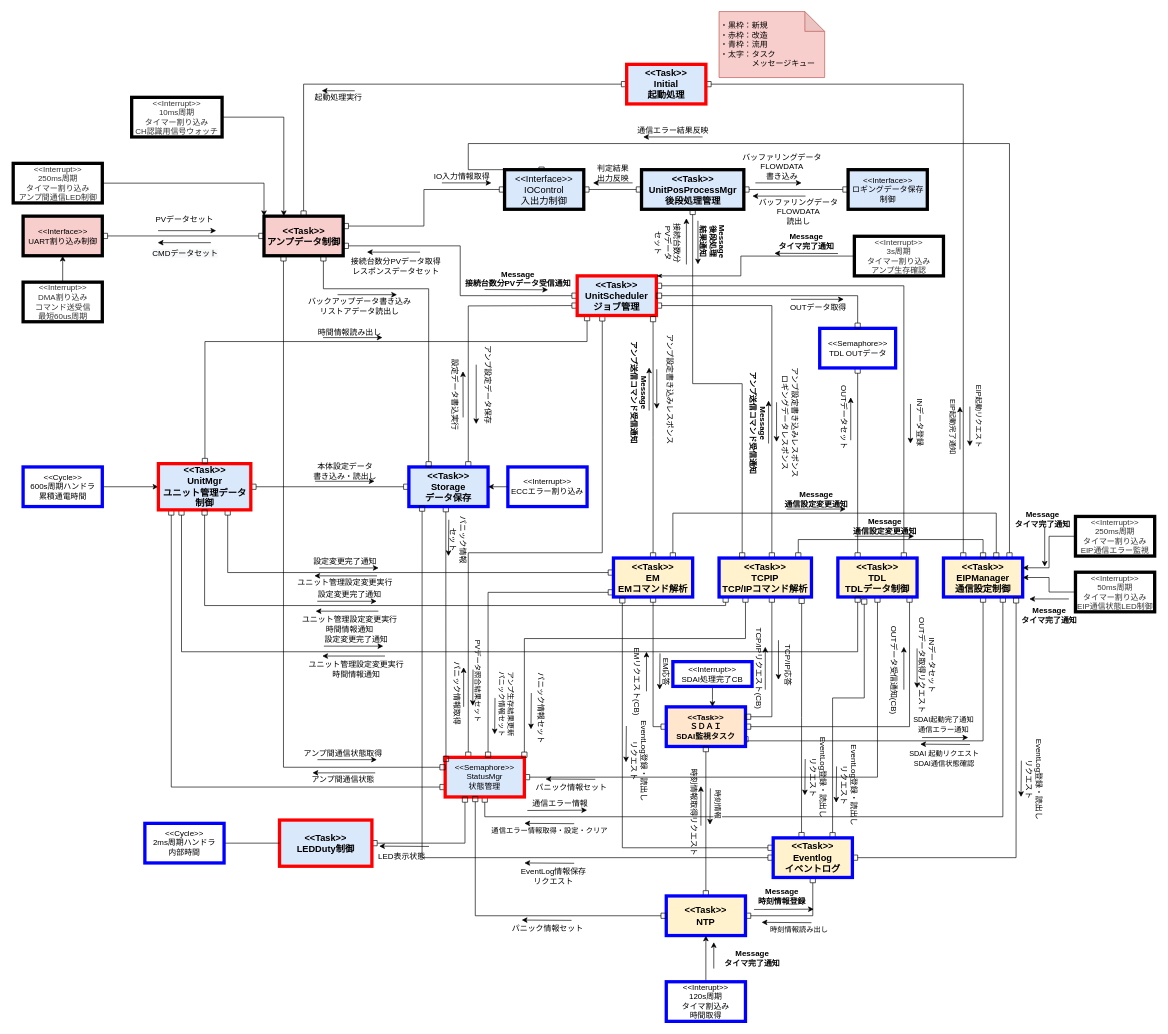
YutaSuzukiGARI/nwunit keeps this draw.io diagram as page "RevC_動的構造" (4 of 4) of NWユニット_アーキテクチャ図.drawio. Above is the earlier version. Source tidied: cells renumbered, new cells numbered last; positions are measured from the earlier drawing's top-left corner, leaving out a move shared by most shapes. Both pictures are drawn from the tidied source at 66%, with x=0, y=0 at pixel (13, 11).
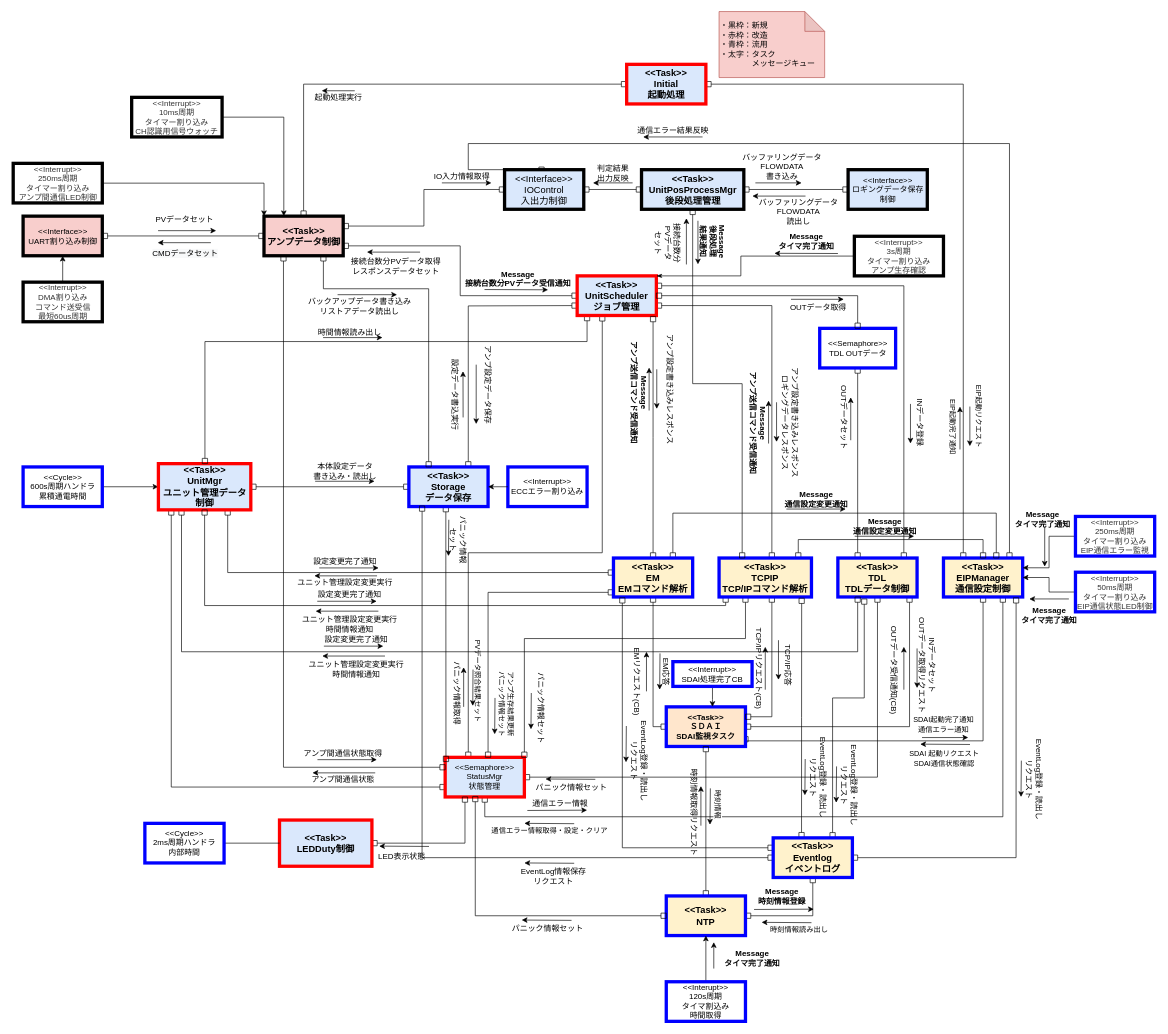
The same diagram, later.

Commit message:
NWユニット_アーキテクチャ図.drawio を更新します

Diff of the diagram source:
```diff
@@
-    <mxCell id="165" value="&amp;lt;&amp;lt;Interrupt&amp;gt;&amp;gt;&lt;br&gt;50ms周期&lt;br&gt;タイマー割り込み&lt;br&gt;EIP通信状態LED制御" style="rounded=0;whiteSpace=wrap;html=1;fillColor=#FFFFFF;strokeColor=#000000;strokeWidth=5;fontColor=#333333;" parent="1" vertex="1">
+    <mxCell id="165" value="&amp;lt;&amp;lt;Interrupt&amp;gt;&amp;gt;&lt;br&gt;50ms周期&lt;br&gt;タイマー割り込み&lt;br&gt;EIP通信状態LED制御" style="rounded=0;whiteSpace=wrap;html=1;fillColor=#FFFFFF;strokeColor=#0000ff;strokeWidth=5;fontColor=#333333;" parent="1" vertex="1">
       <mxGeometry x="1610" y="849.5" width="120" height="60" as="geometry" />
     </mxCell>
@@
-    <mxCell id="183" value="&amp;lt;&amp;lt;Interrupt&amp;gt;&amp;gt;&lt;br&gt;250ms周期&lt;br&gt;タイマー割り込み&lt;br&gt;EIP通信エラー監視" style="rounded=0;whiteSpace=wrap;html=1;fillColor=#FFFFFF;strokeColor=#000000;strokeWidth=5;fontColor=#333333;" parent="1" vertex="1">
+    <mxCell id="183" value="&amp;lt;&amp;lt;Interrupt&amp;gt;&amp;gt;&lt;br&gt;250ms周期&lt;br&gt;タイマー割り込み&lt;br&gt;EIP通信エラー監視" style="rounded=0;whiteSpace=wrap;html=1;fillColor=#FFFFFF;strokeColor=#0000ff;strokeWidth=5;fontColor=#333333;" parent="1" vertex="1">
       <mxGeometry x="1610" y="765" width="120" height="60" as="geometry" />
     </mxCell>
```
